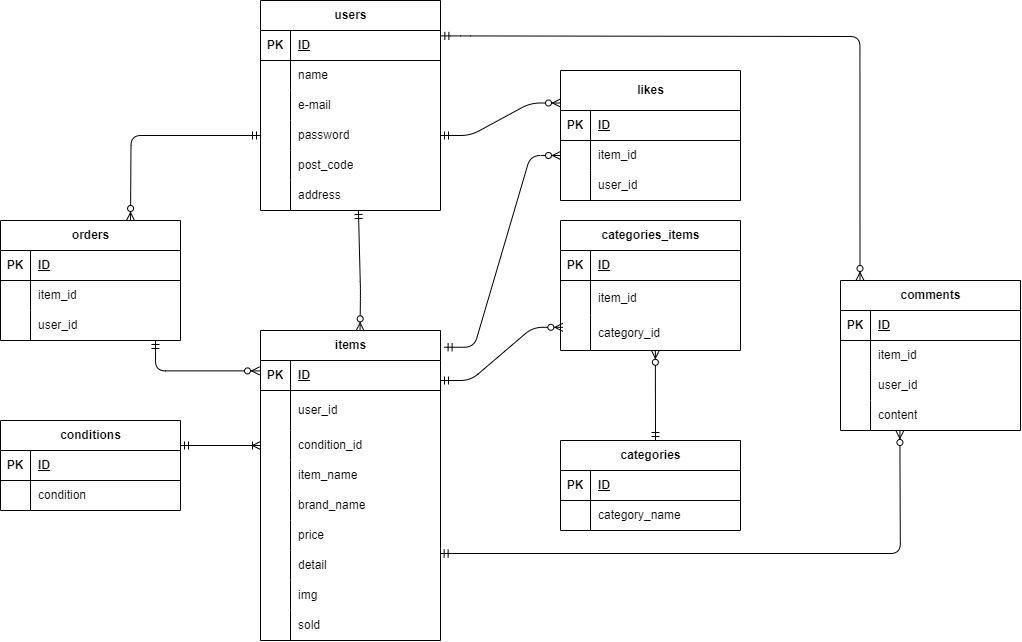
Before: frema.drawio.png, a diagram exported from draw.io (mayu-nishimura/test-free-market-app). Source tidied: cells renumbered, new cells last; positions are measured from the earlier drawing's top-left corner, leaving out a move shared by most shapes.
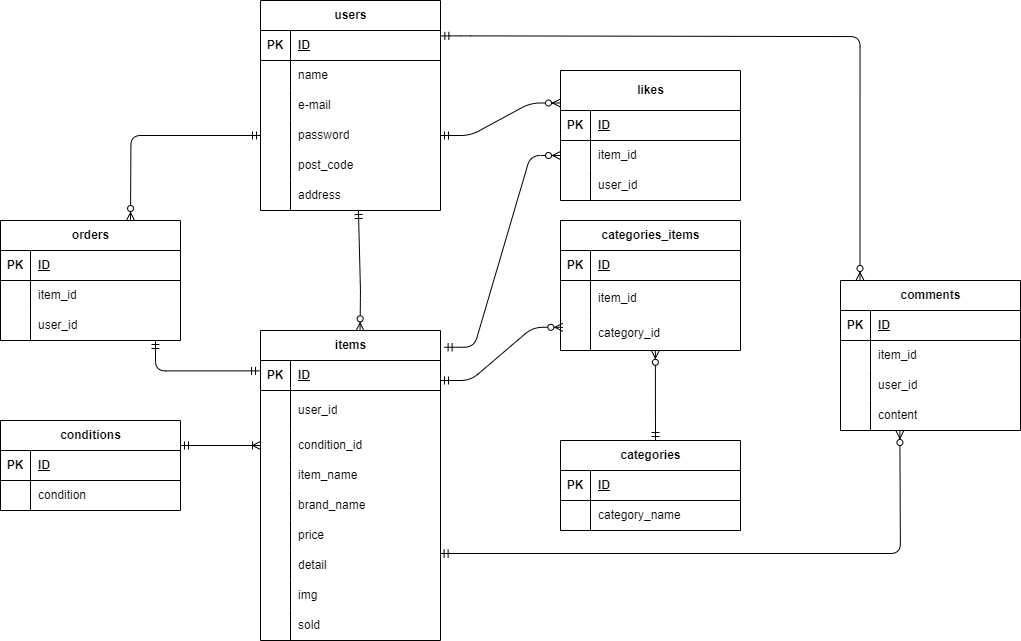
Above is the later version.

The edit, as a diff of the source:
```diff
@@ -324,7 +324,7 @@
         <mxPoint x="260" y="445" as="targetPoint" />
       </mxGeometry>
     </mxCell>
-    <mxCell id="102" style="fontSize=12;html=1;endArrow=ERzeroToMany;startArrow=ERmandOne;exitX=0.922;exitY=0.987;exitDx=0;exitDy=0;exitPerimeter=0;" parent="1" edge="1">
+    <mxCell id="102" style="fontSize=12;html=1;endArrow=ERmandOne;startArrow=ERmandOne;exitX=0.922;exitY=0.987;exitDx=0;exitDy=0;exitPerimeter=0;strokeColor=default;endFill=0;" parent="1" edge="1">
       <mxGeometry relative="1" as="geometry">
         <mxPoint x="155" y="340" as="sourcePoint" />
         <mxPoint x="259" y="370.4" as="targetPoint" />
```
